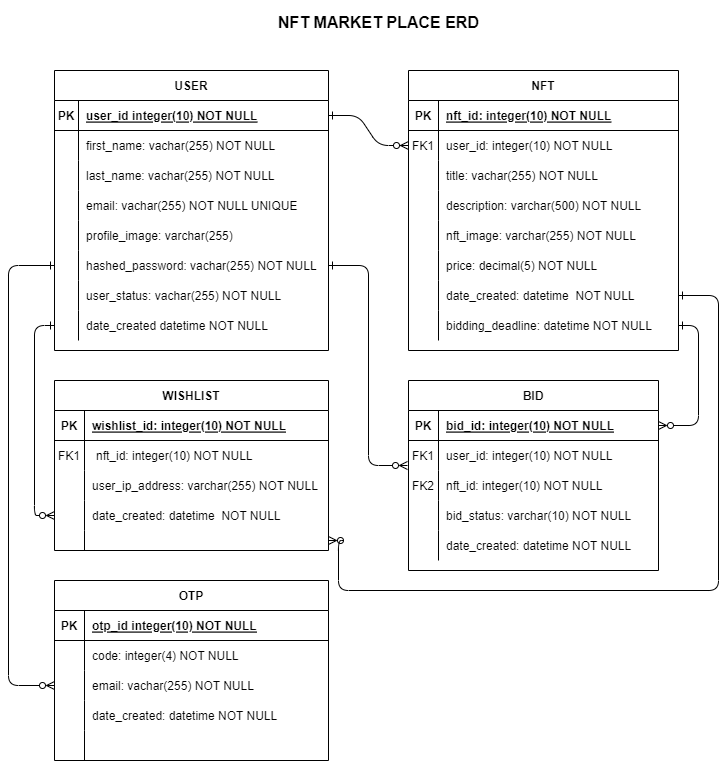
Above: diagrams/entity relationship diagram.png in kevy0915/NFT_MarketPlace (draw.io), before the change. Source tidied: cells renumbered, new cells last; positions are measured from the earlier drawing's top-left corner, leaving out a move shared by most shapes.
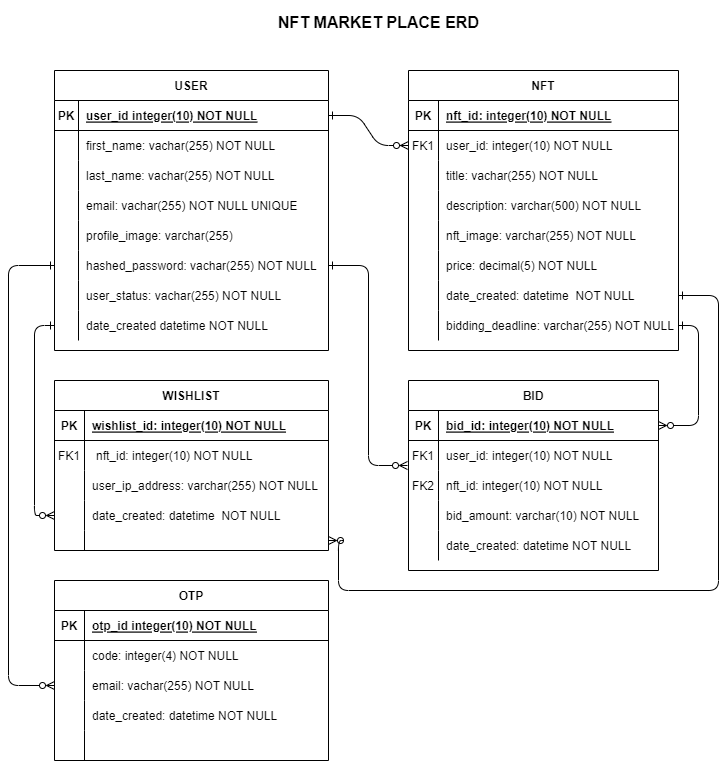
After the commit.

Change to the diagram source:
```diff
@@ -77,7 +77,7 @@
     <mxCell id="26" style="shape=partialRectangle;overflow=hidden;fillColor=none;top=0;left=0;bottom=0;right=0;" parent="25" vertex="1">
       <mxGeometry width="30" height="30" as="geometry" />
     </mxCell>
-    <mxCell id="27" value="bidding_deadline: datetime NOT NULL" style="shape=partialRectangle;overflow=hidden;fillColor=none;top=0;left=0;bottom=0;right=0;align=left;spacingLeft=6;" parent="25" vertex="1">
+    <mxCell id="27" value="bidding_deadline: varchar(255) NOT NULL" style="shape=partialRectangle;overflow=hidden;fillColor=none;top=0;left=0;bottom=0;right=0;align=left;spacingLeft=6;" parent="25" vertex="1">
       <mxGeometry x="30" width="240" height="30" as="geometry" />
     </mxCell>
     <mxCell id="28" value="BID" style="shape=table;startSize=30;rowLines=0;fontStyle=1;align=center;" parent="1" vertex="1">
@@ -116,7 +116,7 @@
     <mxCell id="39" style="shape=partialRectangle;overflow=hidden;fillColor=none;top=0;left=0;bottom=0;right=0;" parent="38" vertex="1">
       <mxGeometry width="30" height="30" as="geometry" />
     </mxCell>
-    <mxCell id="40" value="bid_status: varchar(10) NOT NULL" style="shape=partialRectangle;overflow=hidden;fillColor=none;top=0;left=0;bottom=0;right=0;align=left;spacingLeft=6;" parent="38" vertex="1">
+    <mxCell id="40" value="bid_amount: varchar(10) NOT NULL" style="shape=partialRectangle;overflow=hidden;fillColor=none;top=0;left=0;bottom=0;right=0;align=left;spacingLeft=6;" parent="38" vertex="1">
       <mxGeometry x="30" width="220" height="30" as="geometry" />
     </mxCell>
     <mxCell id="41" style="shape=partialRectangle;fillColor=none;top=0;left=0;right=0;bottom=0;" parent="28" vertex="1">
```
